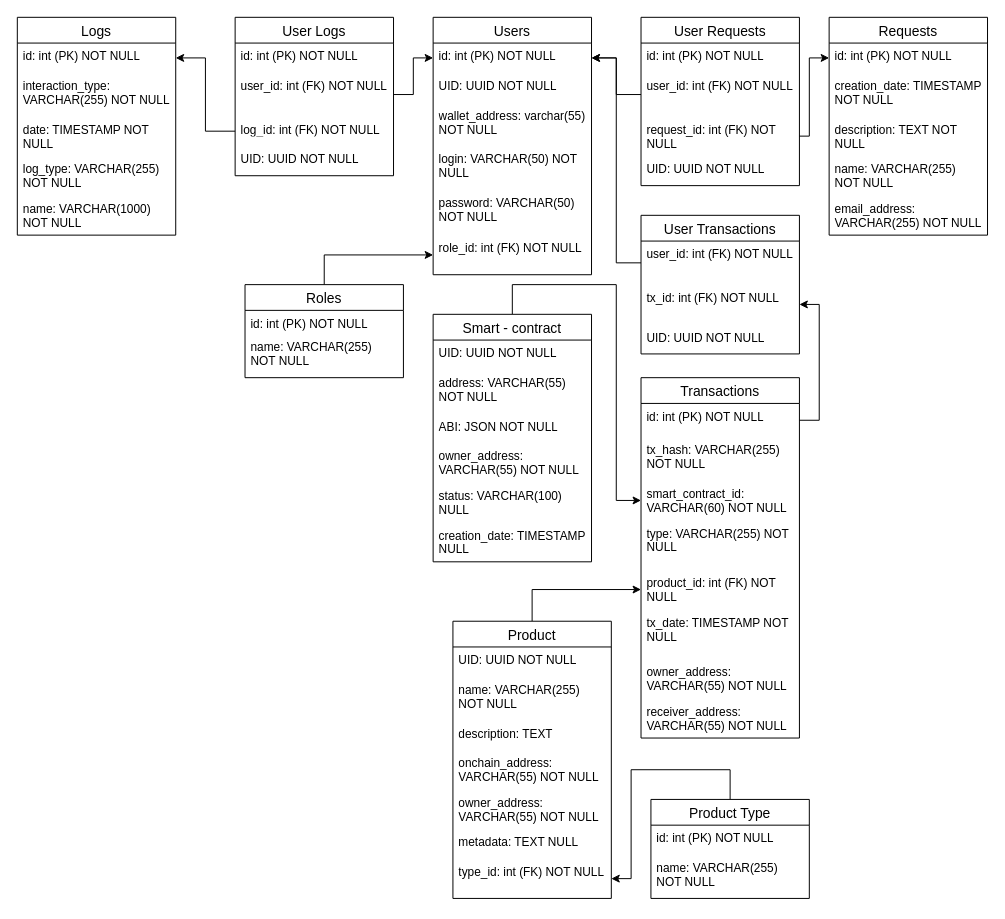
Before: physical_scheme.drawio in slsforme/ton_market_django, a draw.io diagram. Source tidied: cells renumbered, new cells numbered last; positions are measured from the earlier drawing's top-left corner, leaving out a move shared by most shapes. Both pictures are drawn from the tidied source at 99%, with x=0, y=0 at pixel (17, 17).
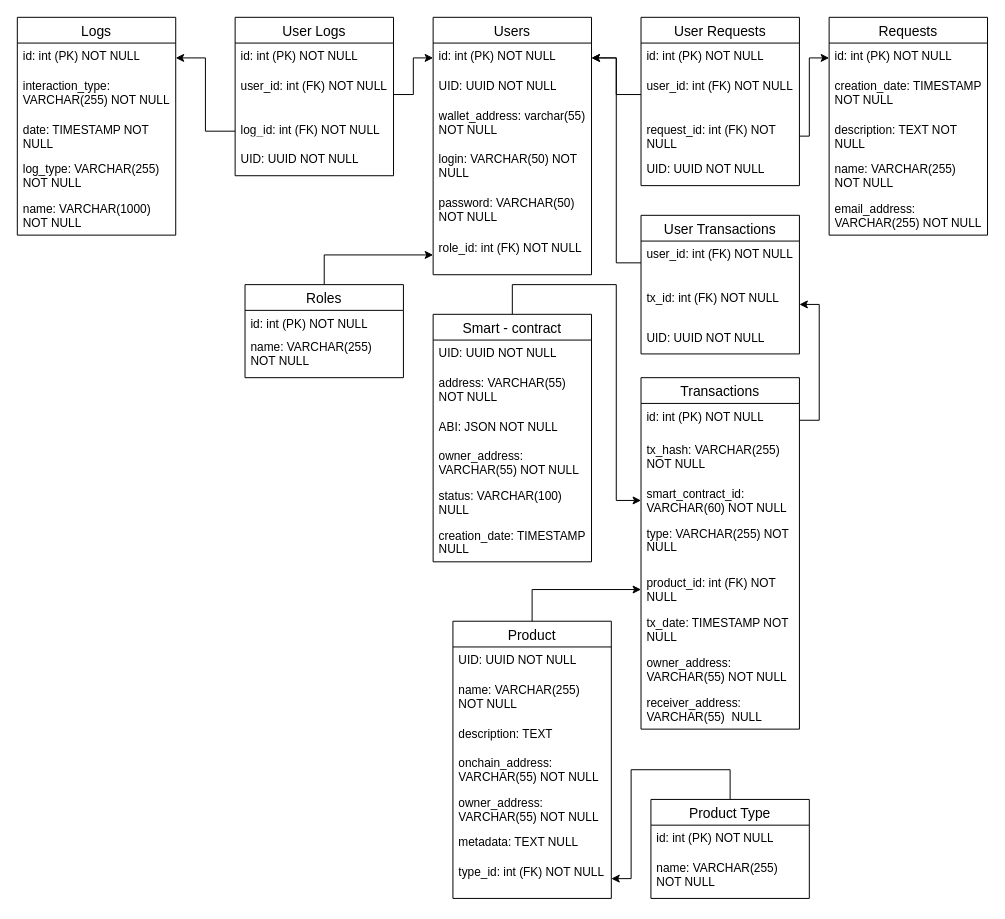
The same page after the edit.

The edit, as a diff of the source:
```diff
@@
     <mxCell id="13" value="Transactions" style="swimlane;fontStyle=0;horizontal=1;startSize=26;align=center;fontSize=14;" parent="1" vertex="1">
-      <mxGeometry x="630" y="364" width="160" height="364" as="geometry" />
+      <mxGeometry x="630" y="364" width="160" height="355" as="geometry" />
     </mxCell>
@@
     <mxCell id="19" value="tx_date: TIMESTAMP NOT NULL" style="text;strokeColor=none;fillColor=none;spacingLeft=4;spacingRight=4;overflow=hidden;fontSize=12;whiteSpace=wrap;html=1;" parent="13" vertex="1">
-      <mxGeometry y="234" width="160" height="50" as="geometry" />
+      <mxGeometry y="234" width="160" height="41" as="geometry" />
     </mxCell>
     <mxCell id="20" value="owner_address: VARCHAR(55) NOT NULL" style="text;strokeColor=none;fillColor=none;spacingLeft=4;spacingRight=4;overflow=hidden;fontSize=12;whiteSpace=wrap;html=1;" parent="13" vertex="1">
-      <mxGeometry y="284" width="160" height="40" as="geometry" />
+      <mxGeometry y="275" width="160" height="40" as="geometry" />
     </mxCell>
-    <mxCell id="21" value="receiver_address: VARCHAR(55) NOT NULL" style="text;strokeColor=none;fillColor=none;spacingLeft=4;spacingRight=4;overflow=hidden;fontSize=12;whiteSpace=wrap;html=1;" parent="13" vertex="1">
-      <mxGeometry y="324" width="160" height="40" as="geometry" />
+    <mxCell id="21" value="receiver_address: VARCHAR(55)&amp;nbsp; NULL" style="text;strokeColor=none;fillColor=none;spacingLeft=4;spacingRight=4;overflow=hidden;fontSize=12;whiteSpace=wrap;html=1;" parent="13" vertex="1">
+      <mxGeometry y="315" width="160" height="40" as="geometry" />
     </mxCell>
```
